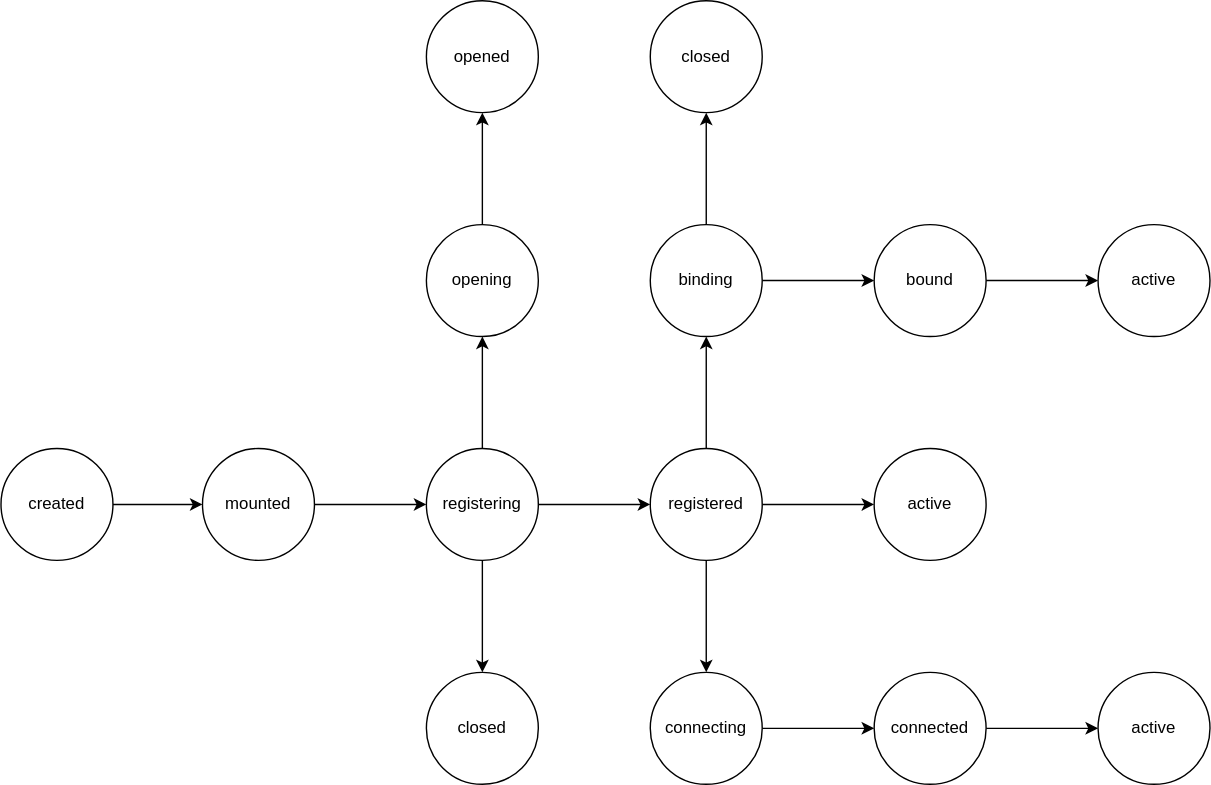
This is docs/_assets/images/state_of_channel.drawio.svg from otavia-projects/otavia, a draw.io export, as it was before one commit. Source tidied: cells renumbered, new cells last; positions are measured from the earlier drawing's top-left corner, leaving out a move shared by most shapes.
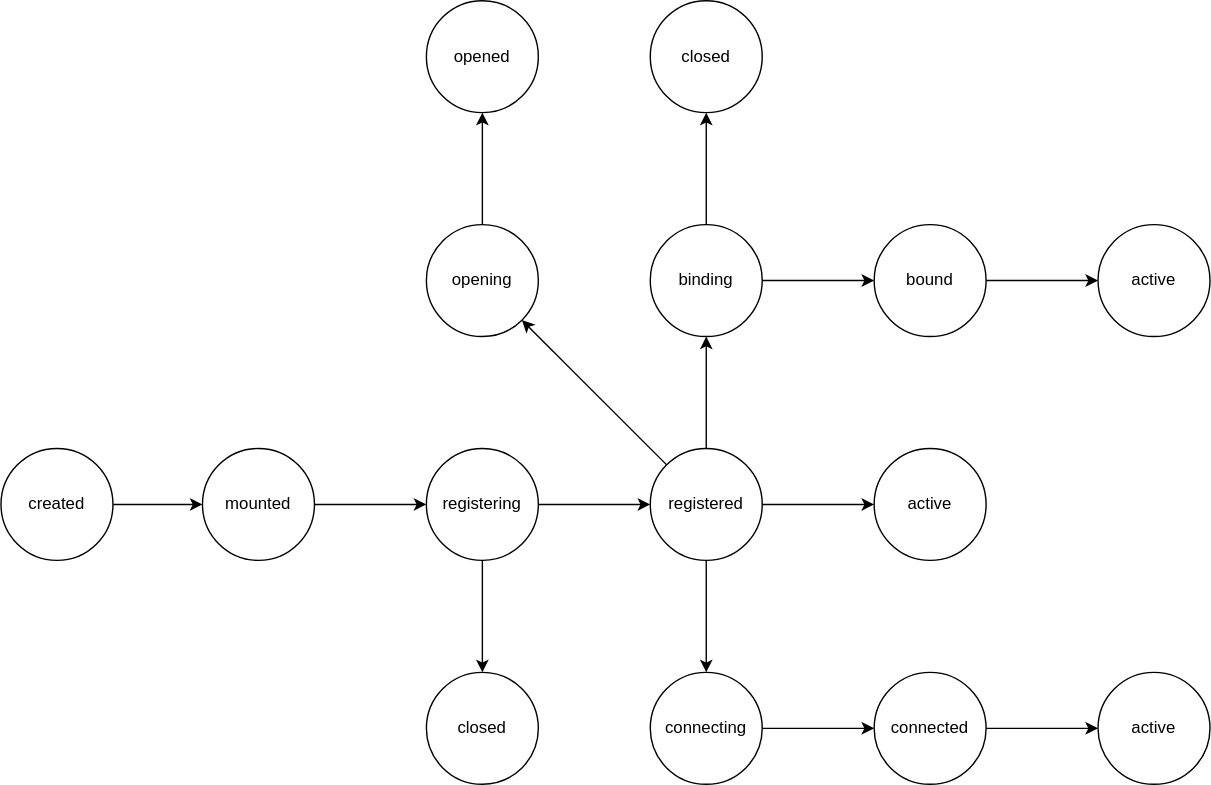
After the commit.

Change to the diagram source:
```diff
@@ -14,7 +14,7 @@
     <mxCell id="5" style="edgeStyle=orthogonalEdgeStyle;rounded=0;jettySize=auto;html=1;" parent="1" edge="1" source="7" target="23">
       <mxGeometry relative="1" as="geometry" />
     </mxCell>
-    <mxCell id="6" style="edgeStyle=orthogonalEdgeStyle;rounded=0;jettySize=auto;html=1;" parent="1" edge="1" source="7" target="27">
+    <mxCell id="6" style="rounded=0;jettySize=auto;html=1;exitX=0;exitY=0;exitDx=0;exitDy=0;" parent="1" edge="1" source="11" target="27">
       <mxGeometry relative="1" as="geometry" />
     </mxCell>
     <mxCell id="7" value="registering" style="ellipse;whiteSpace=wrap;html=1;" parent="1" vertex="1">
```
